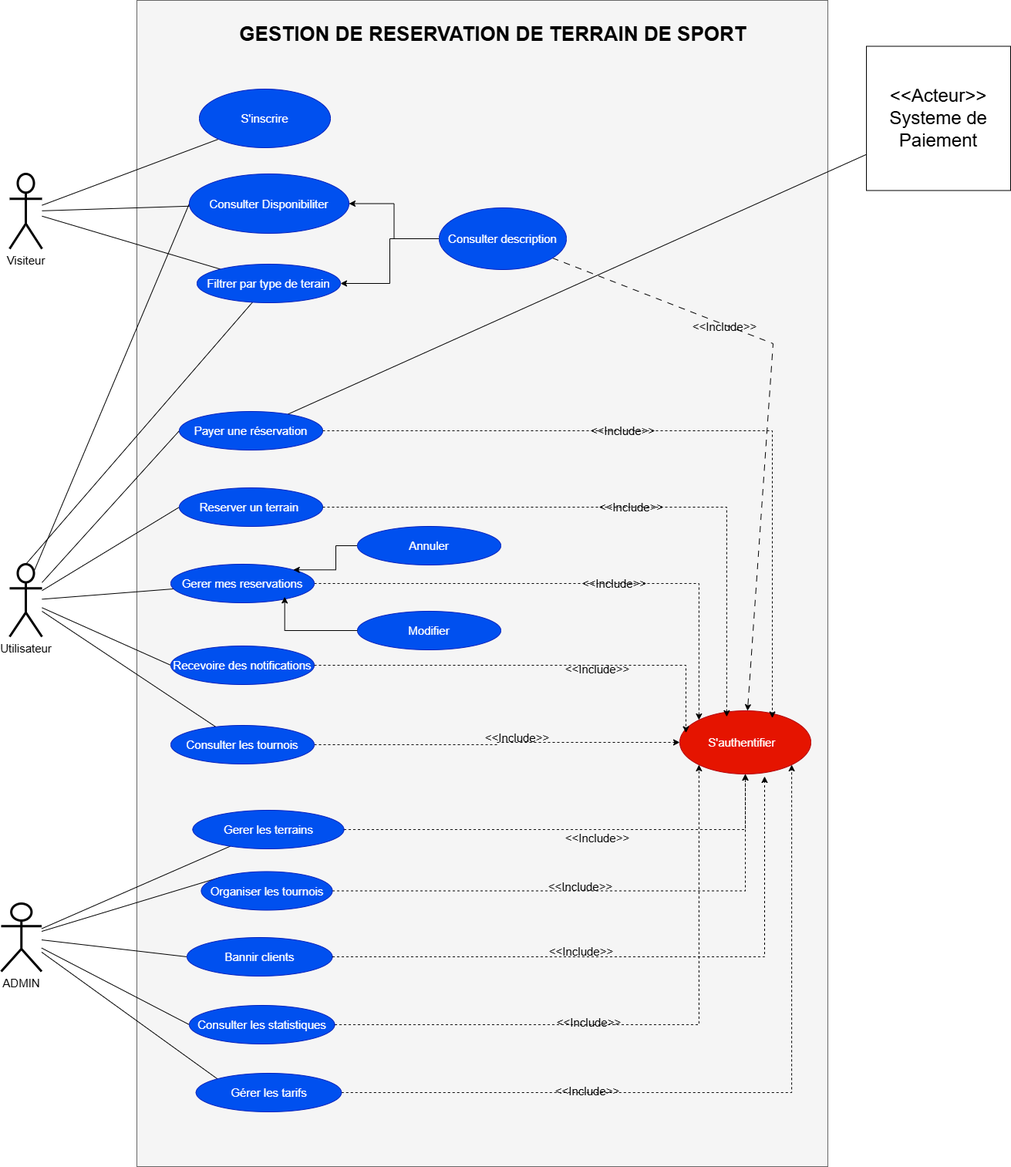
Above: Conception UML/Use case.drawio.png in houssamlambara/GR_foot (draw.io), before the change. Source tidied: cells renumbered, new cells last; positions are measured from the earlier drawing's top-left corner, leaving out a move shared by most shapes.
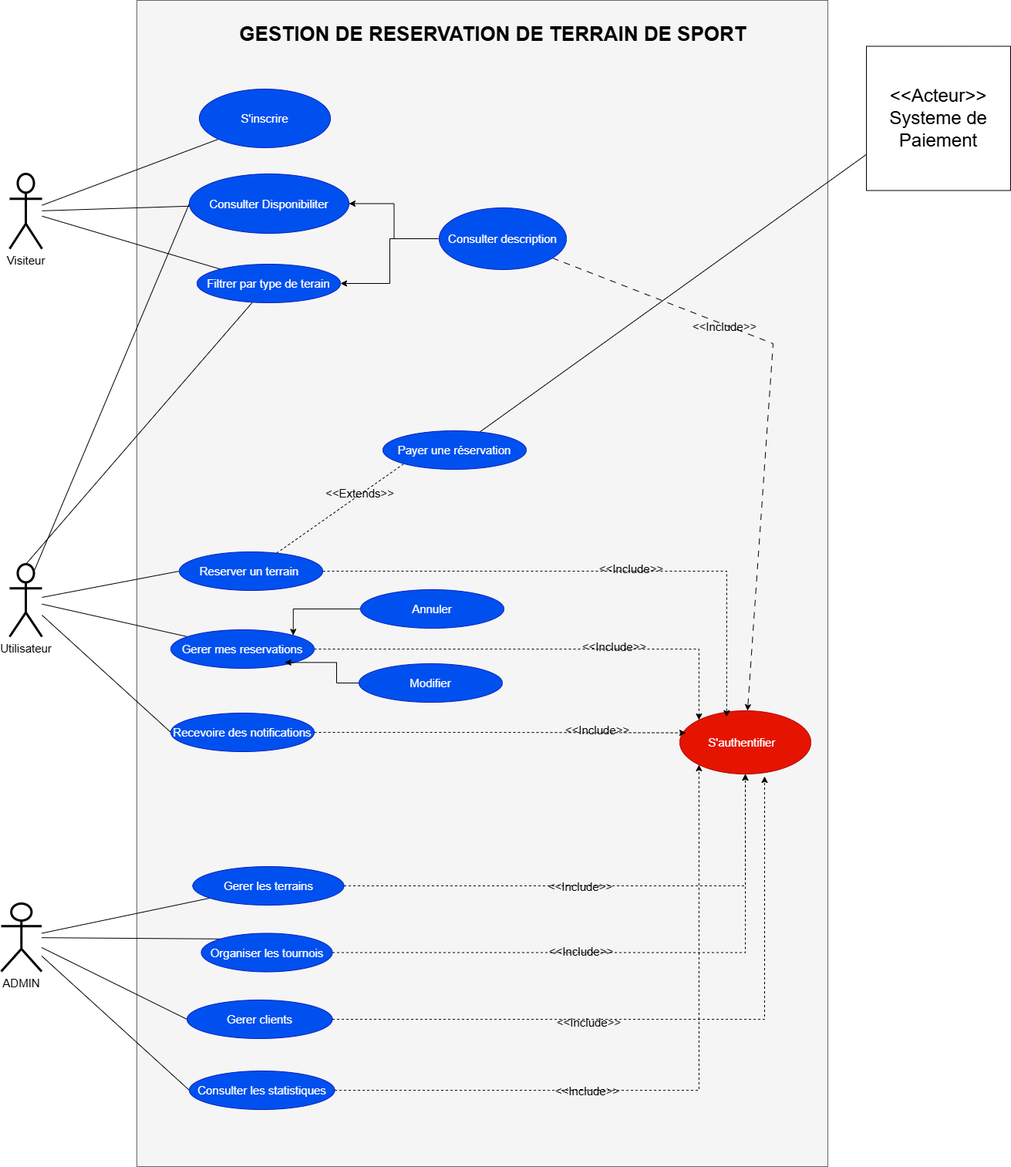
Later version of the same file.

Commit message:
modification UML

Change to the diagram source:
```diff
@@ -29,9 +29,6 @@
     <mxCell id="10" style="rounded=0;jettySize=auto;html=1;entryX=0;entryY=0.5;entryDx=0;entryDy=0;endArrow=none;startFill=0;" parent="1" edge="1" source="13" target="47">
       <mxGeometry relative="1" as="geometry" />
     </mxCell>
-    <mxCell id="11" style="rounded=0;jettySize=auto;html=1;entryX=0;entryY=0.5;entryDx=0;entryDy=0;endArrow=none;startFill=0;" parent="1" edge="1" source="13" target="55">
-      <mxGeometry relative="1" as="geometry" />
-    </mxCell>
     <mxCell id="12" style="rounded=0;jettySize=auto;html=1;entryX=0;entryY=0.5;entryDx=0;entryDy=0;endArrow=none;startFill=0;" parent="1" edge="1" source="13" target="56">
       <mxGeometry relative="1" as="geometry" />
     </mxCell>
@@ -50,9 +47,6 @@
     <mxCell id="17" style="rounded=0;jettySize=auto;html=1;entryX=0;entryY=0.5;entryDx=0;entryDy=0;endArrow=none;startFill=0;" parent="1" edge="1" source="19" target="43">
       <mxGeometry relative="1" as="geometry" />
     </mxCell>
-    <mxCell id="18" style="rounded=0;jettySize=auto;html=1;entryX=0;entryY=0;entryDx=0;entryDy=0;endArrow=none;startFill=0;" parent="1" edge="1" source="19" target="58">
-      <mxGeometry relative="1" as="geometry" />
-    </mxCell>
     <mxCell id="19" value="&lt;div&gt;ADMIN&lt;/div&gt;&lt;div&gt;&lt;br&gt;&lt;/div&gt;" style="shape=umlActor;verticalLabelPosition=bottom;verticalAlign=top;html=1;outlineConnect=0;fontSize=15;strokeWidth=3;" parent="1" vertex="1">
       <mxGeometry y="1171" width="52.5" height="88" as="geometry" />
     </mxCell>
@@ -66,19 +60,19 @@
       <mxGeometry relative="1" as="geometry" />
     </mxCell>
     <mxCell id="23" value="&lt;span&gt;&lt;font&gt;Gerer mes reservations&lt;/font&gt;&lt;/span&gt;" style="ellipse;whiteSpace=wrap;html=1;fillColor=#0050ef;fontColor=#ffffff;strokeColor=#001DBC;fontSize=15;" parent="1" vertex="1">
-      <mxGeometry x="220" y="731" width="186" height="50" as="geometry" />
+      <mxGeometry x="220" y="816" width="186" height="50" as="geometry" />
     </mxCell>
     <mxCell id="24" style="edgeStyle=orthogonalEdgeStyle;rounded=0;jettySize=auto;html=1;dashed=1;" parent="1" edge="1" source="25" target="29">
       <mxGeometry relative="1" as="geometry" />
     </mxCell>
     <mxCell id="25" value="&lt;span&gt;&lt;font&gt;Gerer les terrains&lt;/font&gt;&lt;/span&gt;" style="ellipse;whiteSpace=wrap;html=1;fillColor=#0050ef;fontColor=#ffffff;strokeColor=#001DBC;fontSize=15;" parent="1" vertex="1">
-      <mxGeometry x="248.5" y="1050" width="196" height="50" as="geometry" />
+      <mxGeometry x="248.5" y="1123" width="196" height="50" as="geometry" />
     </mxCell>
     <mxCell id="26" style="edgeStyle=orthogonalEdgeStyle;rounded=0;jettySize=auto;html=1;entryX=0.5;entryY=1;entryDx=0;entryDy=0;dashed=1;" parent="1" edge="1" source="27" target="29">
       <mxGeometry relative="1" as="geometry" />
     </mxCell>
     <mxCell id="27" value="Organiser les tournois" style="ellipse;whiteSpace=wrap;html=1;fillColor=#0050ef;fontColor=#ffffff;strokeColor=#001DBC;fontSize=15;" parent="1" vertex="1">
-      <mxGeometry x="259.5" y="1129.5" width="170" height="50" as="geometry" />
+      <mxGeometry x="259.5" y="1209.5" width="170" height="50" as="geometry" />
     </mxCell>
     <mxCell id="28" value="&lt;span&gt;&lt;font&gt;S'inscrire&lt;/font&gt;&lt;/span&gt;" style="ellipse;whiteSpace=wrap;html=1;fillColor=#0050ef;fontColor=#ffffff;strokeColor=#001DBC;fontSize=15;" parent="1" vertex="1">
       <mxGeometry x="257" y="115" width="170" height="76" as="geometry" />
@@ -122,64 +116,43 @@
         <mxPoint x="-9" y="-1" as="offset" />
       </mxGeometry>
     </mxCell>
-    <mxCell id="38" value="&amp;lt;&amp;lt;Include&amp;gt;&amp;gt;" style="edgeLabel;html=1;align=center;verticalAlign=middle;labelBackgroundColor=none;fontSize=15;" parent="1" vertex="1">
-      <mxGeometry x="748" y="979" as="geometry">
-        <mxPoint x="-80" y="-24" as="offset" />
-      </mxGeometry>
-    </mxCell>
-    <mxCell id="39" value="&amp;lt;&amp;lt;Include&amp;gt;&amp;gt;" style="edgeLabel;html=1;align=center;verticalAlign=middle;labelBackgroundColor=none;fontSize=15;" parent="1" vertex="1">
-      <mxGeometry x="814" y="558" as="geometry">
-        <mxPoint x="-9" y="-1" as="offset" />
-      </mxGeometry>
-    </mxCell>
     <mxCell id="40" value="&amp;lt;&amp;lt;Include&amp;gt;&amp;gt;" style="edgeLabel;html=1;align=center;verticalAlign=middle;labelBackgroundColor=none;fontSize=15;" parent="1" vertex="1">
       <mxGeometry x="759" y="1413" as="geometry" />
     </mxCell>
-    <mxCell id="41" value="&lt;span&gt;&lt;font&gt;Bannir clients&lt;/font&gt;&lt;/span&gt;" style="ellipse;whiteSpace=wrap;html=1;fillColor=#0050ef;fontColor=#ffffff;strokeColor=#001DBC;fontSize=15;" parent="1" vertex="1">
-      <mxGeometry x="241" y="1215" width="188.5" height="50" as="geometry" />
+    <mxCell id="41" value="&lt;span&gt;&lt;font&gt;Gerer clients&lt;/font&gt;&lt;/span&gt;" style="ellipse;whiteSpace=wrap;html=1;fillColor=#0050ef;fontColor=#ffffff;strokeColor=#001DBC;fontSize=15;" parent="1" vertex="1">
+      <mxGeometry x="241" y="1296" width="188.5" height="50" as="geometry" />
     </mxCell>
     <mxCell id="42" style="edgeStyle=orthogonalEdgeStyle;rounded=0;jettySize=auto;html=1;entryX=0;entryY=1;entryDx=0;entryDy=0;dashed=1;" parent="1" edge="1" source="43" target="29">
       <mxGeometry relative="1" as="geometry" />
     </mxCell>
     <mxCell id="43" value="&lt;span&gt;&lt;font&gt;Consulter les statistiques&lt;/font&gt;&lt;/span&gt;" style="ellipse;whiteSpace=wrap;html=1;fillColor=#0050ef;fontColor=#ffffff;strokeColor=#001DBC;fontSize=15;" parent="1" vertex="1">
-      <mxGeometry x="244" y="1303" width="188.5" height="50" as="geometry" />
+      <mxGeometry x="244" y="1388" width="188.5" height="50" as="geometry" />
     </mxCell>
     <mxCell id="44" style="edgeStyle=orthogonalEdgeStyle;rounded=0;jettySize=auto;html=1;entryX=1;entryY=0;entryDx=0;entryDy=0;" parent="1" edge="1" source="45" target="23">
       <mxGeometry relative="1" as="geometry" />
     </mxCell>
     <mxCell id="45" value="&lt;span&gt;&lt;font&gt;Annuler&lt;/font&gt;&lt;/span&gt;" style="ellipse;whiteSpace=wrap;html=1;fillColor=#0050ef;fontColor=#ffffff;strokeColor=#001DBC;fontSize=15;" parent="1" vertex="1">
-      <mxGeometry x="462" y="682" width="186" height="50" as="geometry" />
+      <mxGeometry x="466" y="764" width="186" height="50" as="geometry" />
     </mxCell>
     <mxCell id="46" value="&lt;span&gt;&lt;font&gt;Modifier&lt;/font&gt;&lt;/span&gt;" style="ellipse;whiteSpace=wrap;html=1;fillColor=#0050ef;fontColor=#ffffff;strokeColor=#001DBC;fontSize=15;" parent="1" vertex="1">
-      <mxGeometry x="462" y="792" width="186" height="50" as="geometry" />
+      <mxGeometry x="464" y="860" width="186" height="50" as="geometry" />
     </mxCell>
+    <mxCell id="67" style="rounded=0;jettySize=auto;html=1;entryX=0;entryY=1;entryDx=0;entryDy=0;dashed=1;endArrow=none;startFill=0;" parent="1" edge="1" source="47" target="55">
+      <mxGeometry relative="1" as="geometry" />
+    </mxCell>
     <mxCell id="47" value="&lt;span&gt;&lt;font&gt;Reserver un terrain&amp;nbsp;&lt;/font&gt;&lt;/span&gt;" style="ellipse;whiteSpace=wrap;html=1;fillColor=#0050ef;fontColor=#ffffff;strokeColor=#001DBC;fontSize=15;" parent="1" vertex="1">
-      <mxGeometry x="231" y="632" width="186" height="50" as="geometry" />
+      <mxGeometry x="231" y="715" width="186" height="50" as="geometry" />
     </mxCell>
     <mxCell id="48" style="edgeStyle=orthogonalEdgeStyle;rounded=0;jettySize=auto;html=1;entryX=0.794;entryY=0.847;entryDx=0;entryDy=0;entryPerimeter=0;" parent="1" edge="1" source="46" target="23">
       <mxGeometry relative="1" as="geometry" />
     </mxCell>
     <mxCell id="49" value="&amp;lt;&amp;lt;Include&amp;gt;&amp;gt;" style="edgeLabel;html=1;align=center;verticalAlign=middle;labelBackgroundColor=none;fontSize=15;" parent="1" vertex="1">
-      <mxGeometry x="825" y="657" as="geometry">
+      <mxGeometry x="825" y="737" as="geometry">
         <mxPoint x="-9" y="-1" as="offset" />
       </mxGeometry>
     </mxCell>
-    <mxCell id="50" style="rounded=0;jettySize=auto;html=1;endArrow=none;startFill=0;" parent="1" edge="1" source="52" target="13">
-      <mxGeometry relative="1" as="geometry" />
-    </mxCell>
-    <mxCell id="51" style="edgeStyle=orthogonalEdgeStyle;rounded=0;jettySize=auto;html=1;entryX=0;entryY=0.5;entryDx=0;entryDy=0;dashed=1;" parent="1" edge="1" source="52" target="29">
-      <mxGeometry relative="1" as="geometry">
-        <Array as="points">
-          <mxPoint x="643" y="965" />
-          <mxPoint x="643" y="962" />
-        </Array>
-      </mxGeometry>
-    </mxCell>
-    <mxCell id="52" value="&lt;span&gt;&lt;font&gt;Consulter les tournois&lt;/font&gt;&lt;/span&gt;" style="ellipse;whiteSpace=wrap;html=1;fillColor=#0050ef;fontColor=#ffffff;strokeColor=#001DBC;fontSize=15;" parent="1" vertex="1">
-      <mxGeometry x="220" y="940" width="186" height="50" as="geometry" />
-    </mxCell>
     <mxCell id="53" value="&amp;lt;&amp;lt;Include&amp;gt;&amp;gt;" style="edgeLabel;html=1;align=center;verticalAlign=middle;labelBackgroundColor=none;fontSize=15;" parent="1" vertex="1">
-      <mxGeometry x="803" y="756" as="geometry">
+      <mxGeometry x="803" y="838" as="geometry">
         <mxPoint x="-9" y="-1" as="offset" />
       </mxGeometry>
     </mxCell>
@@ -187,17 +160,11 @@
       <mxGeometry relative="1" as="geometry" />
     </mxCell>
     <mxCell id="55" value="Payer une réservation" style="ellipse;whiteSpace=wrap;html=1;fillColor=#0050ef;fontColor=#ffffff;strokeColor=#001DBC;fontSize=15;" parent="1" vertex="1">
-      <mxGeometry x="231" y="533" width="186" height="50" as="geometry" />
+      <mxGeometry x="495" y="558" width="186" height="50" as="geometry" />
     </mxCell>
     <mxCell id="56" value="Recevoire des notifications" style="ellipse;whiteSpace=wrap;html=1;fillColor=#0050ef;fontColor=#ffffff;strokeColor=#001DBC;fontSize=15;" parent="1" vertex="1">
-      <mxGeometry x="220" y="837" width="186" height="50" as="geometry" />
+      <mxGeometry x="220" y="924" width="186" height="50" as="geometry" />
     </mxCell>
-    <mxCell id="57" style="edgeStyle=orthogonalEdgeStyle;rounded=0;jettySize=auto;html=1;entryX=1;entryY=1;entryDx=0;entryDy=0;dashed=1;" parent="1" edge="1" source="58" target="29">
-      <mxGeometry relative="1" as="geometry" />
-    </mxCell>
-    <mxCell id="58" value="&lt;span&gt;&lt;font&gt;Gérer les tarifs&lt;/font&gt;&lt;/span&gt;" style="ellipse;whiteSpace=wrap;html=1;fillColor=#0050ef;fontColor=#ffffff;strokeColor=#001DBC;fontSize=15;" parent="1" vertex="1">
-      <mxGeometry x="252.8" y="1391" width="188.5" height="50" as="geometry" />
-    </mxCell>
     <mxCell id="59" style="edgeStyle=orthogonalEdgeStyle;rounded=0;jettySize=auto;html=1;entryX=0.647;entryY=1.037;entryDx=0;entryDy=0;entryPerimeter=0;dashed=1;" parent="1" edge="1" source="41" target="29">
       <mxGeometry relative="1" as="geometry" />
     </mxCell>
@@ -209,24 +176,21 @@
     <mxCell id="61" style="edgeStyle=orthogonalEdgeStyle;rounded=0;jettySize=auto;html=1;entryX=0.358;entryY=0.095;entryDx=0;entryDy=0;entryPerimeter=0;dashed=1;" parent="1" edge="1" source="47" target="29">
       <mxGeometry relative="1" as="geometry" />
     </mxCell>
-    <mxCell id="62" style="edgeStyle=orthogonalEdgeStyle;rounded=0;jettySize=auto;html=1;entryX=0.706;entryY=0.115;entryDx=0;entryDy=0;entryPerimeter=0;dashed=1;" parent="1" edge="1" source="55" target="29">
-      <mxGeometry relative="1" as="geometry" />
-    </mxCell>
     <mxCell id="63" style="edgeStyle=orthogonalEdgeStyle;rounded=0;jettySize=auto;html=1;entryX=0.047;entryY=0.349;entryDx=0;entryDy=0;entryPerimeter=0;dashed=1;" parent="1" edge="1" source="56" target="29">
       <mxGeometry relative="1" as="geometry" />
     </mxCell>
     <mxCell id="64" value="&amp;lt;&amp;lt;Include&amp;gt;&amp;gt;" style="edgeLabel;html=1;align=center;verticalAlign=middle;labelBackgroundColor=none;fontSize=15;" parent="1" vertex="1">
-      <mxGeometry x="781" y="867" as="geometry">
+      <mxGeometry x="781" y="946" as="geometry">
         <mxPoint x="-9" y="-1" as="offset" />
       </mxGeometry>
     </mxCell>
     <mxCell id="65" value="&lt;font style=&quot;font-size: 24px;&quot;&gt;&amp;lt;&amp;lt;Acteur&amp;gt;&amp;gt;&lt;br&gt;Systeme de Paiement&lt;/font&gt;" style="whiteSpace=wrap;html=1;" parent="1" vertex="1">
       <mxGeometry x="1122" y="59.5" width="187" height="187" as="geometry" />
     </mxCell>
-    <mxCell id="66" value="&amp;lt;&amp;lt;Include&amp;gt;&amp;gt;" style="edgeLabel;html=1;align=center;verticalAlign=middle;labelBackgroundColor=none;fontSize=15;" parent="1" vertex="1">
-      <mxGeometry x="781" y="1086" as="geometry">
-        <mxPoint x="-9" y="-1" as="offset" />
-      </mxGeometry>
-    </mxCell>
+    <mxCell id="68" value="&amp;lt;&amp;lt;Extends&amp;gt;&amp;gt;" style="edgeLabel;html=1;align=center;verticalAlign=middle;labelBackgroundColor=none;fontSize=15;" parent="1" vertex="1">
+      <mxGeometry x="473" y="643" as="geometry">
+        <mxPoint x="-9" y="-5" as="offset" />
+      </mxGeometry>
+    </mxCell>
   </root>
 </mxGraphModel>
```
